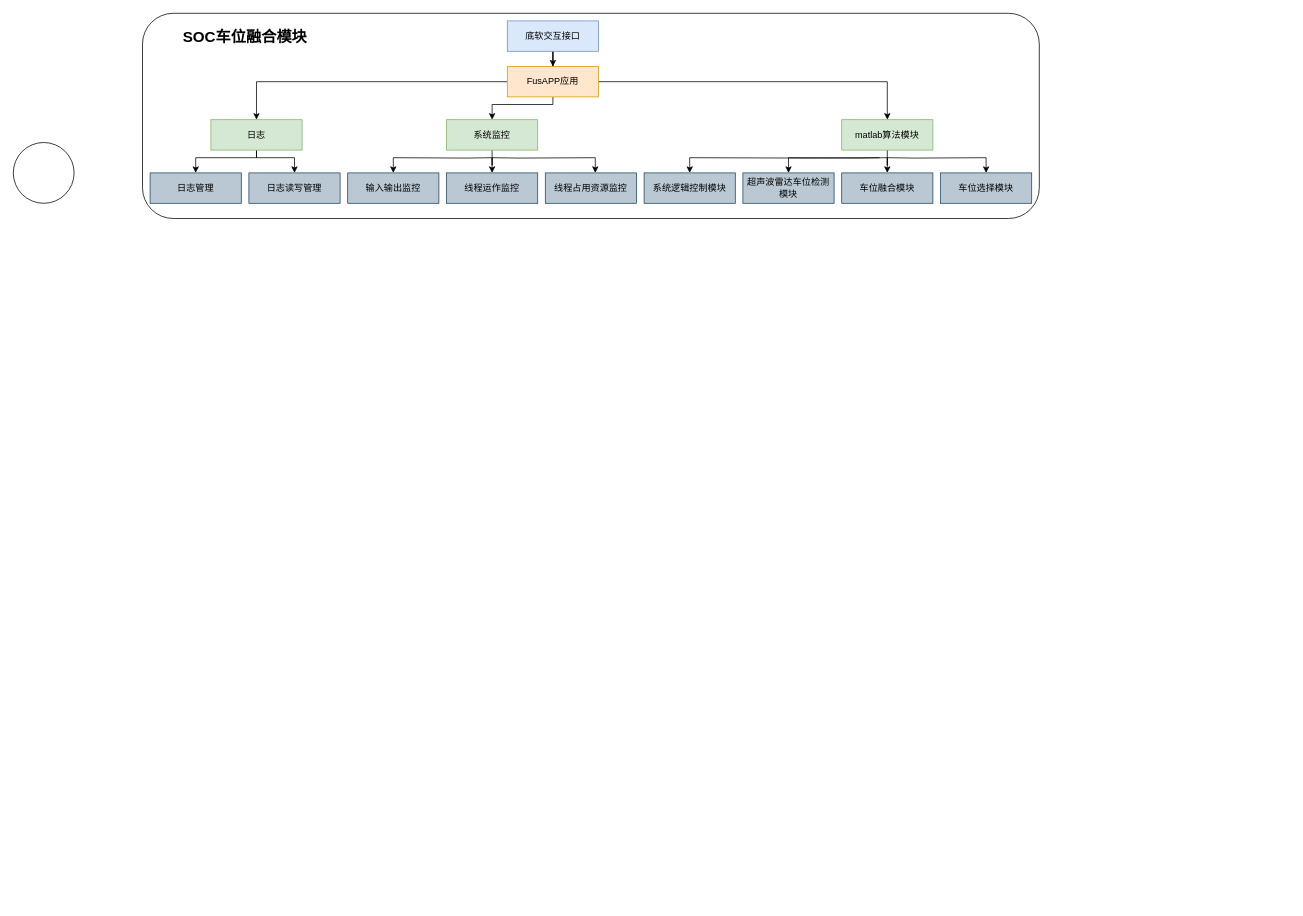
The draw.io diagram apa2.0-carportFusion.drawio in bugquella/diagrams, before the edit. Source tidied: cells renumbered, new cells numbered last; positions are measured from the earlier drawing's top-left corner, leaving out a move shared by most shapes. Both pictures are drawn from the tidied source at 76%, with x=0, y=0 at pixel (13, 13).
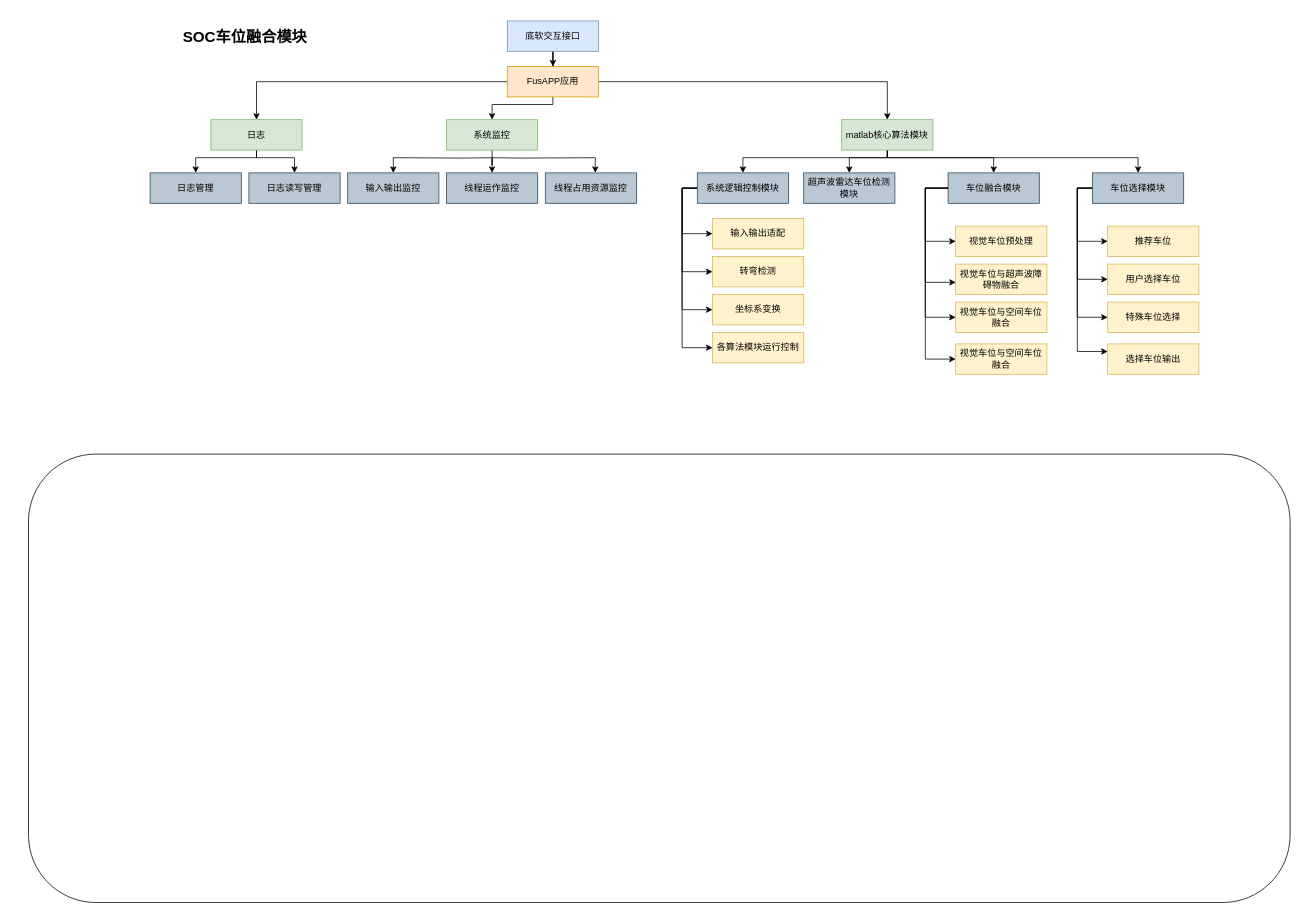
Above is the later version.

Change to the diagram source:
```diff
@@
     <mxCell id="2" style="rounded=1;whiteSpace=wrap;html=1;" parent="1" vertex="1">
-      <mxGeometry x="170" width="1180" height="270" as="geometry" />
+      <mxGeometry x="20" y="580" width="1660" height="590" as="geometry" />
     </mxCell>
@@
+    <mxCell id="32" style="edgeStyle=orthogonalEdgeStyle;rounded=0;jettySize=auto;html=1;entryX=0.5;entryY=0;entryDx=0;entryDy=0;" parent="1" edge="1" source="16" target="20">
+      <mxGeometry relative="1" as="geometry">
+        <Array as="points">
+          <mxPoint x="1150" y="190" />
+          <mxPoint x="960" y="190" />
+        </Array>
+      </mxGeometry>
+    </mxCell>
+    <mxCell id="33" style="edgeStyle=orthogonalEdgeStyle;rounded=0;jettySize=auto;html=1;entryX=0.5;entryY=0;entryDx=0;entryDy=0;" parent="1" edge="1" source="16" target="21">
+      <mxGeometry relative="1" as="geometry">
+        <Array as="points">
+          <mxPoint x="1150" y="190" />
+          <mxPoint x="1100" y="190" />
+        </Array>
+      </mxGeometry>
+    </mxCell>
     <mxCell id="12" style="edgeStyle=orthogonalEdgeStyle;rounded=0;jettySize=auto;html=1;entryX=0.5;entryY=0;entryDx=0;entryDy=0;" parent="1" edge="1" source="16" target="22">
-      <mxGeometry relative="1" as="geometry" />
+      <mxGeometry relative="1" as="geometry">
+        <Array as="points">
+          <mxPoint x="1150" y="190" />
+          <mxPoint x="1290" y="190" />
+        </Array>
+      </mxGeometry>
     </mxCell>
-    <mxCell id="13" style="edgeStyle=orthogonalEdgeStyle;rounded=0;jettySize=auto;html=1;entryX=0.5;entryY=0;entryDx=0;entryDy=0;" parent="1" edge="1" target="20">
-      <mxGeometry relative="1" as="geometry">
-        <mxPoint x="1140" y="190" as="sourcePoint" />
-      </mxGeometry>
-    </mxCell>
-    <mxCell id="14" style="edgeStyle=orthogonalEdgeStyle;rounded=0;jettySize=auto;html=1;entryX=0.5;entryY=0;entryDx=0;entryDy=0;" parent="1" edge="1" target="21">
-      <mxGeometry relative="1" as="geometry">
-        <mxPoint x="1150" y="190" as="sourcePoint" />
-      </mxGeometry>
-    </mxCell>
-    <mxCell id="15" style="edgeStyle=orthogonalEdgeStyle;rounded=0;jettySize=auto;html=1;" parent="1" edge="1" target="23">
-      <mxGeometry relative="1" as="geometry">
-        <mxPoint x="1150" y="190" as="sourcePoint" />
-      </mxGeometry>
-    </mxCell>
+    <mxCell id="34" style="edgeStyle=orthogonalEdgeStyle;rounded=0;jettySize=auto;html=1;" parent="1" edge="1" source="16" target="23">
+      <mxGeometry relative="1" as="geometry">
+        <Array as="points">
+          <mxPoint x="1150" y="190" />
+          <mxPoint x="1480" y="190" />
+        </Array>
+      </mxGeometry>
+    </mxCell>
-    <mxCell id="16" value="matlab算法模块" style="rounded=0;whiteSpace=wrap;html=1;fillColor=#d5e8d4;strokeColor=#82b366;" parent="1" vertex="1">
+    <mxCell id="16" value="matlab核心算法模块" style="rounded=0;whiteSpace=wrap;html=1;fillColor=#d5e8d4;strokeColor=#82b366;" parent="1" vertex="1">
       <mxGeometry x="1090" y="140" width="120" height="40" as="geometry" />
     </mxCell>
@@
+    <mxCell id="35" style="edgeStyle=orthogonalEdgeStyle;rounded=0;jettySize=auto;html=1;entryX=0;entryY=0.5;entryDx=0;entryDy=0;" parent="1" edge="1" source="20" target="58">
+      <mxGeometry relative="1" as="geometry">
+        <Array as="points">
+          <mxPoint x="880" y="230" />
+          <mxPoint x="880" y="440" />
+        </Array>
+      </mxGeometry>
+    </mxCell>
+    <mxCell id="36" style="edgeStyle=orthogonalEdgeStyle;rounded=0;jettySize=auto;html=1;entryX=0;entryY=0.5;entryDx=0;entryDy=0;" parent="1" edge="1" source="20" target="57">
+      <mxGeometry relative="1" as="geometry">
+        <Array as="points">
+          <mxPoint x="880" y="230" />
+          <mxPoint x="880" y="390" />
+        </Array>
+      </mxGeometry>
+    </mxCell>
+    <mxCell id="37" style="edgeStyle=orthogonalEdgeStyle;rounded=0;jettySize=auto;html=1;entryX=0;entryY=0.5;entryDx=0;entryDy=0;" parent="1" edge="1" source="20" target="55">
+      <mxGeometry relative="1" as="geometry">
+        <Array as="points">
+          <mxPoint x="880" y="230" />
+          <mxPoint x="880" y="340" />
+        </Array>
+      </mxGeometry>
+    </mxCell>
+    <mxCell id="38" style="edgeStyle=orthogonalEdgeStyle;rounded=0;jettySize=auto;html=1;entryX=0;entryY=0.5;entryDx=0;entryDy=0;" parent="1" edge="1" source="20" target="56">
+      <mxGeometry relative="1" as="geometry">
+        <Array as="points">
+          <mxPoint x="880" y="230" />
+          <mxPoint x="880" y="290" />
+        </Array>
+      </mxGeometry>
+    </mxCell>
     <mxCell id="20" value="系统逻辑控制模块" style="rounded=0;whiteSpace=wrap;html=1;fillColor=#bac8d3;strokeColor=#23445d;" parent="1" vertex="1">
-      <mxGeometry x="830" y="210" width="120" height="40" as="geometry" />
+      <mxGeometry x="900" y="210" width="120" height="40" as="geometry" />
     </mxCell>
     <mxCell id="21" value="超声波雷达车位检测模块" style="rounded=0;whiteSpace=wrap;html=1;fillColor=#bac8d3;strokeColor=#23445d;" parent="1" vertex="1">
-      <mxGeometry x="960" y="210" width="120" height="40" as="geometry" />
+      <mxGeometry x="1040" y="210" width="120" height="40" as="geometry" />
     </mxCell>
+    <mxCell id="39" style="edgeStyle=orthogonalEdgeStyle;rounded=0;jettySize=auto;html=1;entryX=0;entryY=0.5;entryDx=0;entryDy=0;" parent="1" edge="1" source="22" target="50">
+      <mxGeometry relative="1" as="geometry">
+        <Array as="points">
+          <mxPoint x="1200" y="230" />
+          <mxPoint x="1200" y="300" />
+        </Array>
+      </mxGeometry>
+    </mxCell>
+    <mxCell id="40" style="edgeStyle=orthogonalEdgeStyle;rounded=0;jettySize=auto;html=1;entryX=0;entryY=0.5;entryDx=0;entryDy=0;" parent="1" edge="1" source="22" target="52">
+      <mxGeometry relative="1" as="geometry">
+        <Array as="points">
+          <mxPoint x="1200" y="230" />
+          <mxPoint x="1200" y="400" />
+        </Array>
+      </mxGeometry>
+    </mxCell>
+    <mxCell id="41" style="edgeStyle=orthogonalEdgeStyle;rounded=0;jettySize=auto;html=1;entryX=0;entryY=0.5;entryDx=0;entryDy=0;" parent="1" edge="1" source="22" target="53">
+      <mxGeometry relative="1" as="geometry">
+        <Array as="points">
+          <mxPoint x="1200" y="230" />
+          <mxPoint x="1200" y="455" />
+        </Array>
+      </mxGeometry>
+    </mxCell>
     <mxCell id="22" value="车位融合模块" style="rounded=0;whiteSpace=wrap;html=1;fillColor=#bac8d3;strokeColor=#23445d;" parent="1" vertex="1">
-      <mxGeometry x="1090" y="210" width="120" height="40" as="geometry" />
+      <mxGeometry x="1230" y="210" width="120" height="40" as="geometry" />
     </mxCell>
+    <mxCell id="42" style="edgeStyle=orthogonalEdgeStyle;rounded=0;jettySize=auto;html=1;entryX=0;entryY=0.5;entryDx=0;entryDy=0;" parent="1" edge="1" source="23" target="46">
+      <mxGeometry relative="1" as="geometry">
+        <Array as="points">
+          <mxPoint x="1400" y="230" />
+          <mxPoint x="1400" y="300" />
+        </Array>
+      </mxGeometry>
+    </mxCell>
+    <mxCell id="43" style="edgeStyle=orthogonalEdgeStyle;rounded=0;jettySize=auto;html=1;entryX=0;entryY=0.5;entryDx=0;entryDy=0;" parent="1" edge="1" source="23" target="47">
+      <mxGeometry relative="1" as="geometry">
+        <Array as="points">
+          <mxPoint x="1400" y="230" />
+          <mxPoint x="1400" y="350" />
+        </Array>
+      </mxGeometry>
+    </mxCell>
+    <mxCell id="44" style="edgeStyle=orthogonalEdgeStyle;rounded=0;jettySize=auto;html=1;entryX=0;entryY=0.5;entryDx=0;entryDy=0;" parent="1" edge="1" source="23" target="48">
+      <mxGeometry relative="1" as="geometry">
+        <Array as="points">
+          <mxPoint x="1400" y="230" />
+          <mxPoint x="1400" y="400" />
+        </Array>
+      </mxGeometry>
+    </mxCell>
+    <mxCell id="45" style="edgeStyle=orthogonalEdgeStyle;rounded=0;jettySize=auto;html=1;entryX=0;entryY=0.25;entryDx=0;entryDy=0;" parent="1" edge="1" target="49">
+      <mxGeometry relative="1" as="geometry">
+        <mxPoint x="1420" y="230" as="sourcePoint" />
+        <Array as="points">
+          <mxPoint x="1400" y="230" />
+          <mxPoint x="1400" y="445" />
+        </Array>
+      </mxGeometry>
+    </mxCell>
     <mxCell id="23" value="车位选择模块" style="rounded=0;whiteSpace=wrap;html=1;fillColor=#bac8d3;strokeColor=#23445d;" parent="1" vertex="1">
-      <mxGeometry x="1220" y="210" width="120" height="40" as="geometry" />
+      <mxGeometry x="1420" y="210" width="120" height="40" as="geometry" />
     </mxCell>
@@
-    <mxCell id="30" style="ellipse;whiteSpace=wrap;html=1;" parent="1" vertex="1">
-      <mxGeometry y="170" width="80" height="80" as="geometry" />
-    </mxCell>
@@
+    <mxCell id="46" value="推荐车位" style="rounded=0;whiteSpace=wrap;html=1;fillColor=#fff2cc;strokeColor=#d6b656;" parent="1" vertex="1">
+      <mxGeometry x="1440" y="280" width="120" height="40" as="geometry" />
+    </mxCell>
+    <mxCell id="47" value="用户选择车位" style="rounded=0;whiteSpace=wrap;html=1;fillColor=#fff2cc;strokeColor=#d6b656;" parent="1" vertex="1">
+      <mxGeometry x="1440" y="330" width="120" height="40" as="geometry" />
+    </mxCell>
+    <mxCell id="48" value="特殊车位选择" style="rounded=0;whiteSpace=wrap;html=1;fillColor=#fff2cc;strokeColor=#d6b656;" parent="1" vertex="1">
+      <mxGeometry x="1440" y="380" width="120" height="40" as="geometry" />
+    </mxCell>
+    <mxCell id="49" value="选择车位输出" style="rounded=0;whiteSpace=wrap;html=1;fillColor=#fff2cc;strokeColor=#d6b656;" parent="1" vertex="1">
+      <mxGeometry x="1440" y="435" width="120" height="40" as="geometry" />
+    </mxCell>
+    <mxCell id="50" value="视觉车位预处理" style="rounded=0;whiteSpace=wrap;html=1;fillColor=#fff2cc;strokeColor=#d6b656;" parent="1" vertex="1">
+      <mxGeometry x="1240" y="280" width="120" height="40" as="geometry" />
+    </mxCell>
+    <mxCell id="51" value="视觉车位与超声波障碍物融合" style="rounded=0;whiteSpace=wrap;html=1;fillColor=#fff2cc;strokeColor=#d6b656;" parent="1" vertex="1">
+      <mxGeometry x="1240" y="330" width="120" height="40" as="geometry" />
+    </mxCell>
+    <mxCell id="52" value="视觉车位与空间车位融合" style="rounded=0;whiteSpace=wrap;html=1;fillColor=#fff2cc;strokeColor=#d6b656;" parent="1" vertex="1">
+      <mxGeometry x="1240" y="380" width="120" height="40" as="geometry" />
+    </mxCell>
+    <mxCell id="53" value="视觉车位与空间车位融合" style="rounded=0;whiteSpace=wrap;html=1;fillColor=#fff2cc;strokeColor=#d6b656;" parent="1" vertex="1">
+      <mxGeometry x="1240" y="435" width="120" height="40" as="geometry" />
+    </mxCell>
+    <mxCell id="54" style="edgeStyle=orthogonalEdgeStyle;rounded=0;jettySize=auto;html=1;entryX=0.001;entryY=0.601;entryDx=0;entryDy=0;entryPerimeter=0;exitX=0;exitY=0.5;exitDx=0;exitDy=0;" parent="1" edge="1" source="22" target="51">
+      <mxGeometry relative="1" as="geometry">
+        <Array as="points">
+          <mxPoint x="1200" y="230" />
+          <mxPoint x="1200" y="354" />
+        </Array>
+      </mxGeometry>
+    </mxCell>
+    <mxCell id="55" value="转弯检测" style="rounded=0;whiteSpace=wrap;html=1;fillColor=#fff2cc;strokeColor=#d6b656;" parent="1" vertex="1">
+      <mxGeometry x="920" y="320" width="120" height="40" as="geometry" />
+    </mxCell>
+    <mxCell id="56" value="输入输出适配" style="rounded=0;whiteSpace=wrap;html=1;fillColor=#fff2cc;strokeColor=#d6b656;" parent="1" vertex="1">
+      <mxGeometry x="920" y="270" width="120" height="40" as="geometry" />
+    </mxCell>
+    <mxCell id="57" value="坐标系变换" style="rounded=0;whiteSpace=wrap;html=1;fillColor=#fff2cc;strokeColor=#d6b656;" parent="1" vertex="1">
+      <mxGeometry x="920" y="370" width="120" height="40" as="geometry" />
+    </mxCell>
+    <mxCell id="58" value="各算法模块运行控制" style="rounded=0;whiteSpace=wrap;html=1;fillColor=#fff2cc;strokeColor=#d6b656;" parent="1" vertex="1">
+      <mxGeometry x="920" y="420" width="120" height="40" as="geometry" />
+    </mxCell>
```
